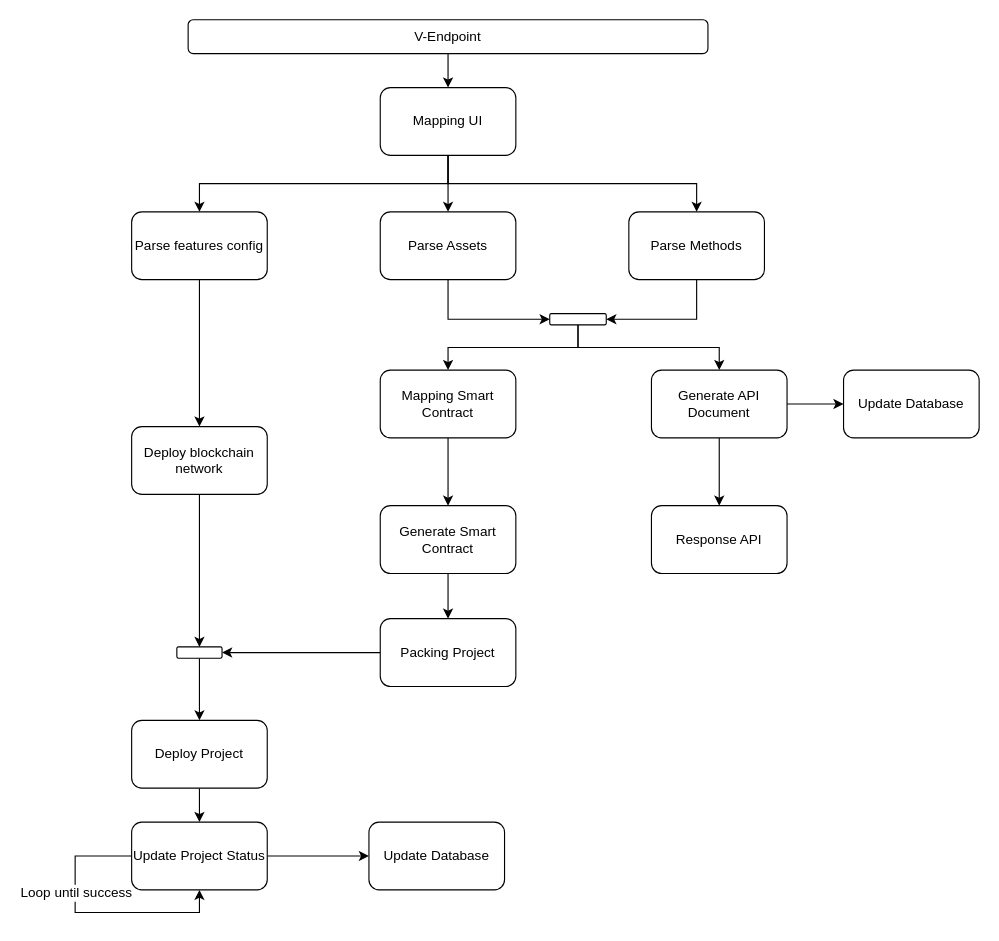
Earlier version of the draw.io diagram page "architure" (1 of 2) of Patent V-Chain flow.drawio (NTT-TNN/draw). Source tidied: cells renumbered, new cells numbered last; positions are measured from the earlier drawing's top-left corner, leaving out a move shared by most shapes. Both pictures are drawn from the tidied source at 113%, with x=0, y=0 at pixel (75, 19).
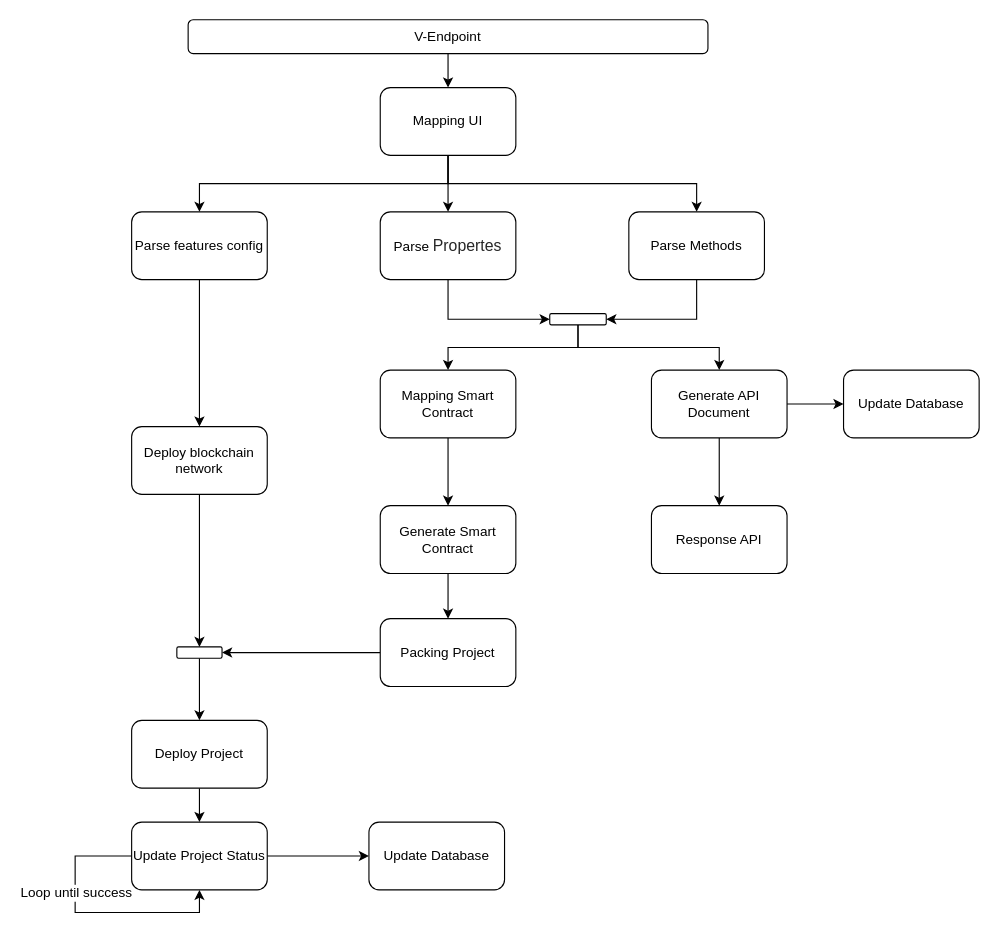
The same diagram, later.

What changed in the source:
```diff
@@
-    <mxCell id="9" value="Parse Assets" style="rounded=1;whiteSpace=wrap;html=1;" parent="1" vertex="1">
+    <mxCell id="9" value="Parse&amp;nbsp;&lt;span style=&quot;color: rgba(0 , 0 , 0 , 0.85) ; font-size: 14px ; background-color: rgb(255 , 255 , 255)&quot;&gt;Propertes&lt;/span&gt;" style="rounded=1;whiteSpace=wrap;html=1;" parent="1" vertex="1">
       <mxGeometry x="270" y="170" width="120" height="60" as="geometry" />
     </mxCell>
```
